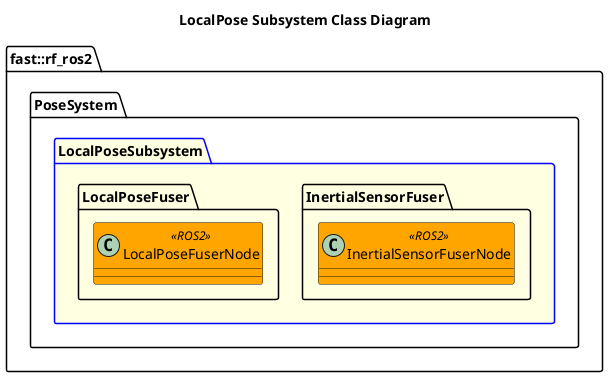
fastrobotics/robot_framework_ros2 keeps this PlantUML diagram as Systems/Pose/Subsystems/LocalPose/doc/puml/LocalPoseSubsystemClassDiagram.png. Above is the earlier version. The source it was exported from:
```plantuml
@startuml
title LocalPose Subsystem Class Diagram

namespace fast::rf_ros2 {
    namespace PoseSystem {
        package LocalPoseSubsystem #LightYellow;line:blue {
            namespace InertialSensorFuser {
                class InertialSensorFuserNode <<ROS2>> #Orange {

                }
            }
            namespace LocalPoseFuser {
                class LocalPoseFuserNode <<ROS2>> #Orange {

                }
            }
        }
    }
}
@enduml
```
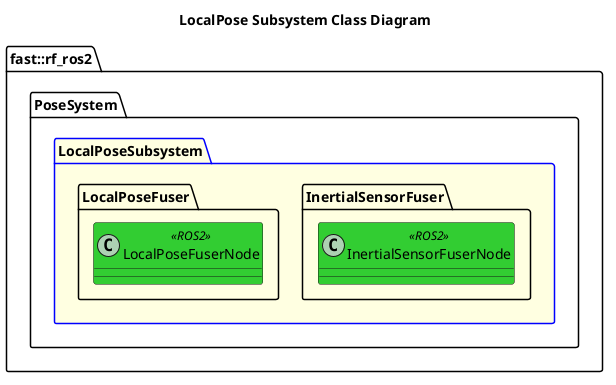
Later version of the same file.

The edit, as a diff of the source:
```diff
@@ -5,12 +5,12 @@
     namespace PoseSystem {
         package LocalPoseSubsystem #LightYellow;line:blue {
             namespace InertialSensorFuser {
-                class InertialSensorFuserNode <<ROS2>> #Orange {
+                class InertialSensorFuserNode <<ROS2>> #LimeGreen {
 
                 }
             }
             namespace LocalPoseFuser {
-                class LocalPoseFuserNode <<ROS2>> #Orange {
+                class LocalPoseFuserNode <<ROS2>> #LimeGreen {
 
                 }
             }
```
